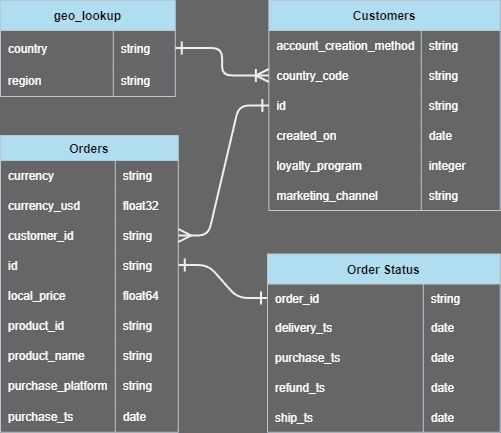
Earlier version of the draw.io export visuals/data_relationships.png (WillPepperr/ecomerce-sales-analysis). Source tidied: cells renumbered, new cells last; positions are measured from the earlier drawing's top-left corner, leaving out a move shared by most shapes.
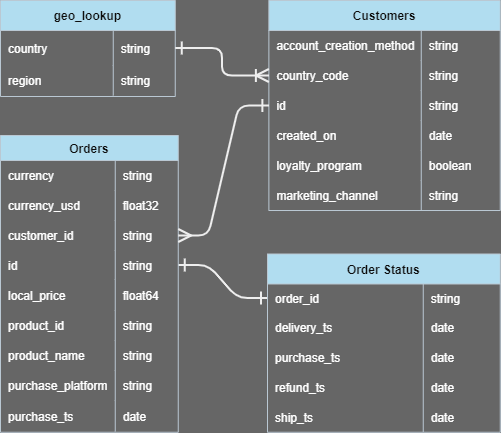
The same file after the commit.

Commit message:
Replacing old repo with new directory

Diff of the diagram source:
```diff
@@ -185,7 +185,7 @@
     <mxCell id="62" value="loyalty_program" style="shape=partialRectangle;overflow=hidden;fillColor=none;top=0;left=0;bottom=0;right=0;align=left;spacingLeft=6;labelBackgroundColor=none;strokeColor=#BAC8D3;fontColor=light-dark(#ffffff, #b9ccda);" parent="61" vertex="1">
       <mxGeometry width="152.4" height="30" as="geometry" />
     </mxCell>
-    <mxCell id="63" value="integer" style="shape=partialRectangle;overflow=hidden;fillColor=none;top=0;left=0;bottom=0;right=0;align=left;spacingLeft=6;labelBackgroundColor=none;strokeColor=#BAC8D3;fontColor=light-dark(#ffffff, #b9ccda);" parent="61" vertex="1">
+    <mxCell id="63" value="boolean" style="shape=partialRectangle;overflow=hidden;fillColor=none;top=0;left=0;bottom=0;right=0;align=left;spacingLeft=6;labelBackgroundColor=none;strokeColor=#BAC8D3;fontColor=light-dark(#ffffff, #b9ccda);" parent="61" vertex="1">
       <mxGeometry x="152.4" width="79" height="30" as="geometry" />
     </mxCell>
     <mxCell id="64" style="shape=partialRectangle;fillColor=none;top=0;left=0;right=0;bottom=0;labelBackgroundColor=none;strokeColor=#BAC8D3;fontColor=#182E3E;" parent="48" vertex="1">
```
